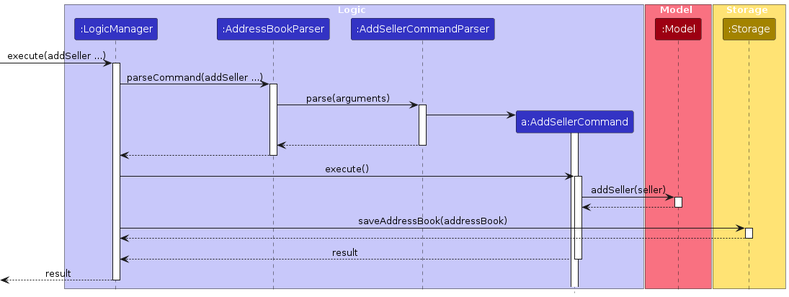
lokidoki102/tp keeps this PlantUML diagram as diagrams/AddSellerSequenceDiagram-Logic.png. Above is the earlier version. Its source is kept beside it as diagrams/AddSellerSequenceDiagram-Logic.puml.
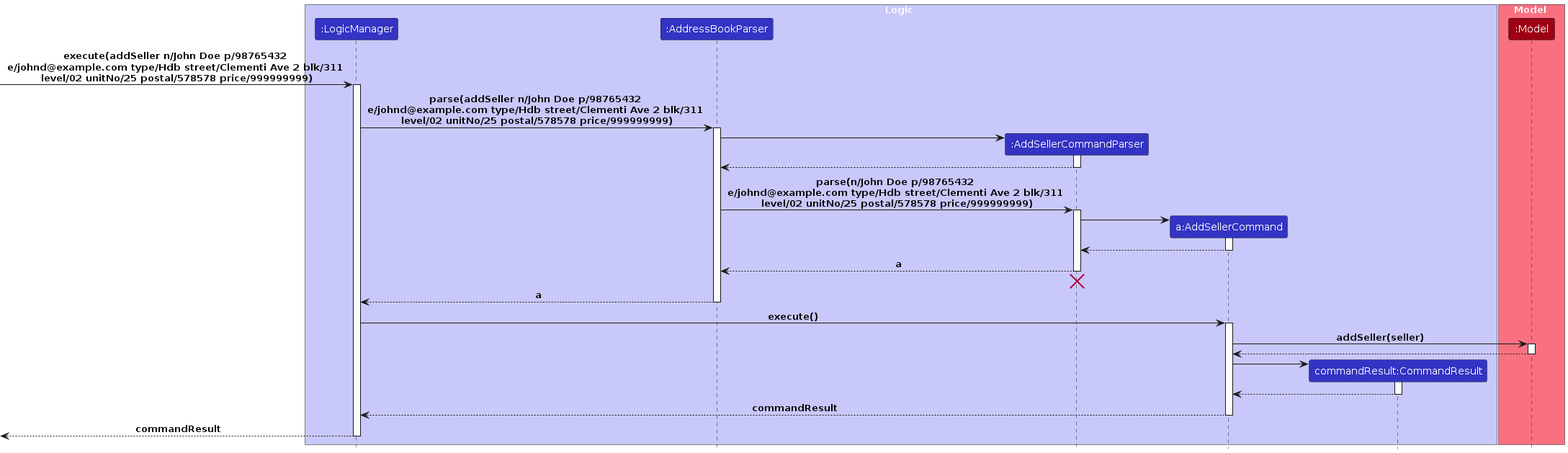
Later version of the same file.

Change to the diagram source:
```diff
@@ -1,39 +1,54 @@
 @startuml
 !include style.puml
-skinparam ArrowFontStyle plain
 
 box Logic LOGIC_COLOR_T1
 participant ":LogicManager" as LogicManager LOGIC_COLOR
 participant ":AddressBookParser" as AddressBookParser LOGIC_COLOR
 participant ":AddSellerCommandParser" as AddSellerCommandParser LOGIC_COLOR
 participant "a:AddSellerCommand" as AddSellerCommand LOGIC_COLOR
+participant "commandResult:CommandResult" as CommandResult LOGIC_COLOR
 end box
 
 box Model MODEL_COLOR_T1
 participant ":Model" as Model MODEL_COLOR
 end box
 
-box Storage STORAGE_COLOR_T1
-participant ":Storage" as Storage STORAGE_COLOR
-end box
-
-[-> LogicManager : execute(addSeller ...)
+[-> LogicManager : execute(addSeller n/John Doe p/98765432 \n\
+e/johnd@example.com type/Hdb street/Clementi Ave 2 blk/311 \n\
+level/02 unitNo/25 postal/578578 price/999999999)
 activate LogicManager
 
-LogicManager -> AddressBookParser : parseCommand(addSeller ...)
+LogicManager -> AddressBookParser : parse(addSeller n/John Doe p/98765432 \n\
+e/johnd@example.com type/Hdb street/Clementi Ave 2 blk/311 \n\
+level/02 unitNo/25 postal/578578 price/999999999)
 activate AddressBookParser
 
-AddressBookParser -> AddSellerCommandParser : parse(arguments)
+create AddSellerCommandParser
+AddressBookParser -> AddSellerCommandParser
+activate AddSellerCommandParser
+
+AddSellerCommandParser --> AddressBookParser
+deactivate AddSellerCommandParser
+
+AddressBookParser -> AddSellerCommandParser : parse(n/John Doe p/98765432 \n\
+e/johnd@example.com type/Hdb street/Clementi Ave 2 blk/311 \n\
+level/02 unitNo/25 postal/578578 price/999999999)
 activate AddSellerCommandParser
 
 create AddSellerCommand
 AddSellerCommandParser -> AddSellerCommand
 activate AddSellerCommand
 
-AddSellerCommandParser --> AddressBookParser
+AddSellerCommand --> AddSellerCommandParser
+deactivate AddSellerCommand
+
+AddSellerCommandParser --> AddressBookParser : a
 deactivate AddSellerCommandParser
 
-AddressBookParser --> LogicManager :
+AddSellerCommandParser -[hidden]-> AddressBookParser
+destroy AddSellerCommandParser
+
+AddressBookParser --> LogicManager : a
 deactivate AddressBookParser
 
 LogicManager -> AddSellerCommand : execute()
@@ -45,15 +60,16 @@
 Model --> AddSellerCommand
 deactivate Model
 
-LogicManager -> Storage : saveAddressBook(addressBook)
-activate Storage
+create CommandResult
+AddSellerCommand -> CommandResult
+activate CommandResult
 
-Storage --> LogicManager
-deactivate Storage
+CommandResult --> AddSellerCommand
+deactivate CommandResult
 
-AddSellerCommand --> LogicManager : result
+AddSellerCommand --> LogicManager : commandResult
 deactivate AddSellerCommand
 
-[<-- LogicManager : result
+[<-- LogicManager : commandResult
 deactivate LogicManager
 @enduml
```
